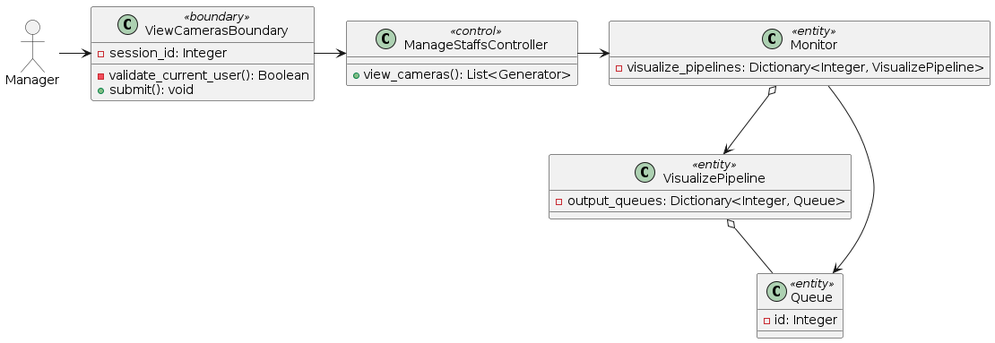
Earlier version of the PlantUML export docs/UML/Class Diagrams/view-real_time-cameras.png (LapTQ/MCT).
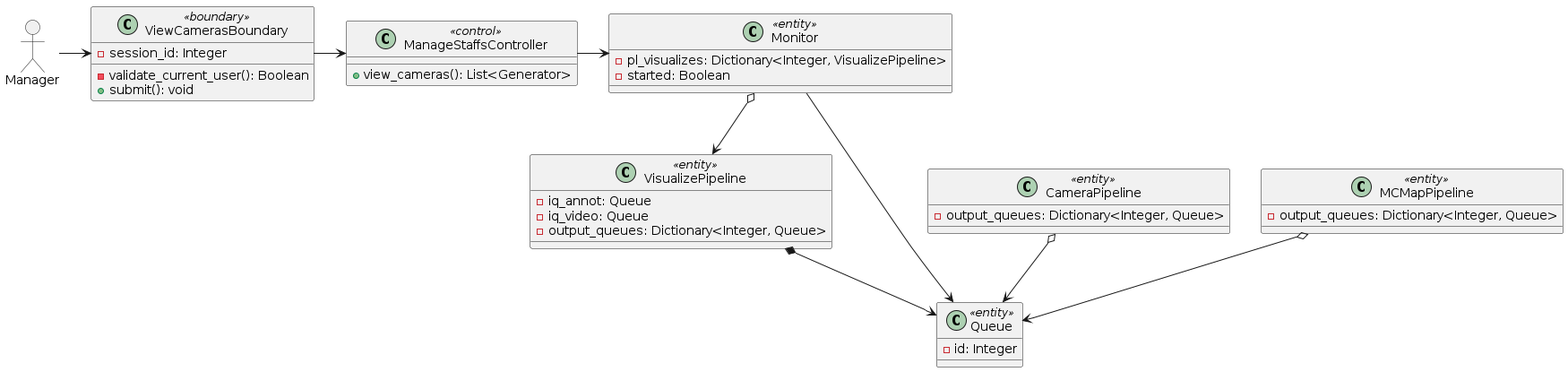
Later version of the same file.

Change to the diagram source:
```diff
@@ -17,10 +17,21 @@
 }
 
 class Monitor <<entity>> {
-    - visualize_pipelines: Dictionary<Integer, VisualizePipeline>
+    - pl_visualizes: Dictionary<Integer, VisualizePipeline>
+    - started: Boolean
+}
+
+class CameraPipeline <<entity>> {
+    - output_queues: Dictionary<Integer, Queue>
+}
+
+class MCMapPipeline <<entity>> {
+    - output_queues: Dictionary<Integer, Queue>
 }
 
 class VisualizePipeline <<entity>> {
+    - iq_annot: Queue
+    - iq_video: Queue
     - output_queues: Dictionary<Integer, Queue>
 }
 
@@ -33,6 +44,8 @@
 ManageStaffsController -right-> Monitor
 Monitor o--> VisualizePipeline
 Monitor --> Queue
-VisualizePipeline o-- Queue
+CameraPipeline o--> Queue
+MCMapPipeline o--> Queue
+VisualizePipeline *--> Queue
 
 @enduml
```
